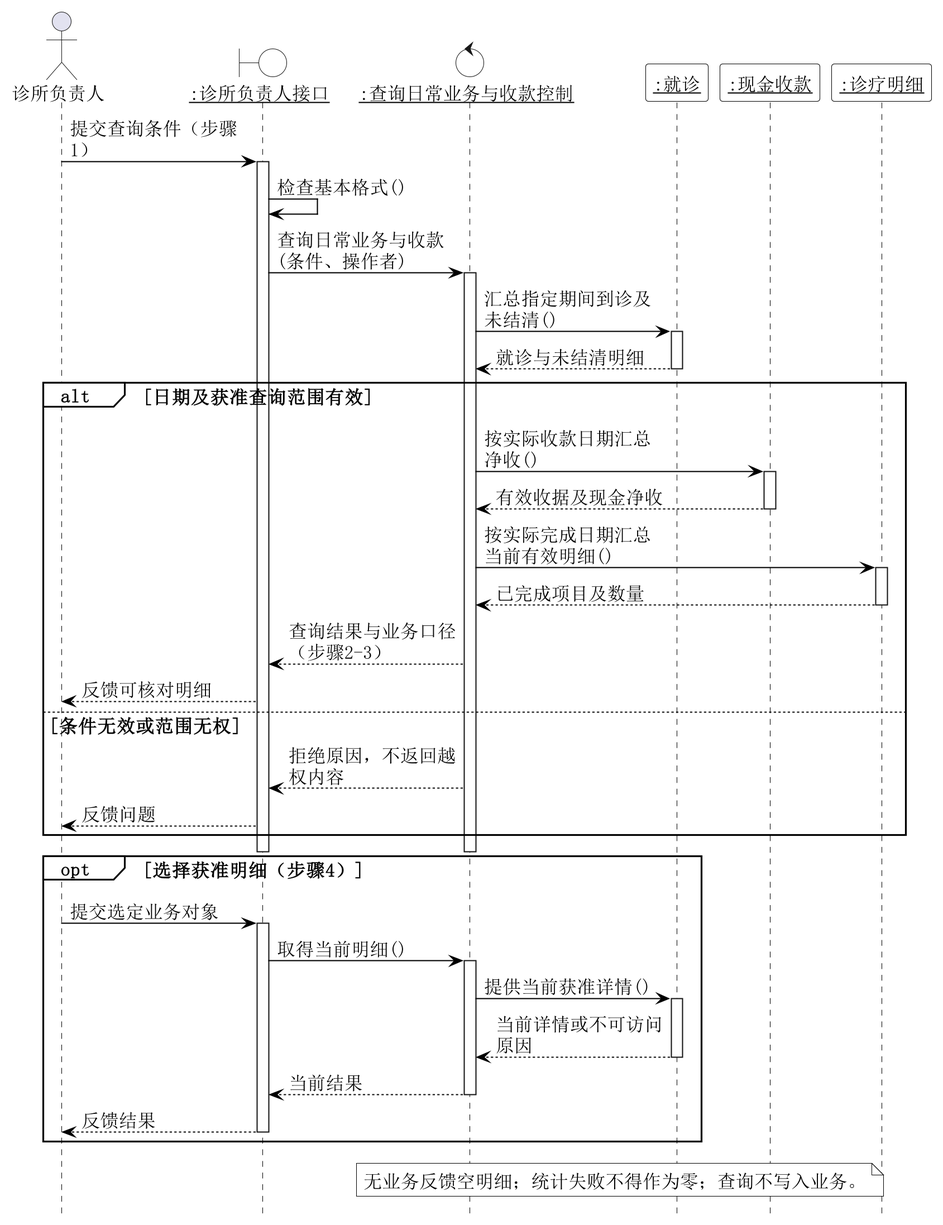
Before: 01-需求文档/diagrams/13-19-alt-analysis-sequence.png, a diagram exported from PlantUML (Shawmc-creator/systemAnalyseAndDesign). Source of this version:
```plantuml
@startuml
hide footbox
skinparam backgroundColor white
skinparam shadowing false
skinparam defaultFontName SimSun
skinparam defaultFontSize 16
skinparam dpi 200
skinparam maxMessageSize 150
skinparam sequence {
 ArrowColor black
 ArrowFontSize 16
 LifeLineBorderColor black
 LifeLineBackgroundColor white
 ParticipantBorderColor black
 ParticipantBackgroundColor white
 GroupBorderColor black
 GroupBackgroundColor white
 ParticipantFontSize 16
}
skinparam NoteBackgroundColor white
skinparam NoteBorderColor black
actor "诊所负责人" as A
boundary "<u>:诊所负责人接口</u>" as B #white
control "<u>:查询日常业务与收款控制</u>" as K #white
participant "<u>:就诊</u>" as E
participant "<u>:现金收款</u>" as E2
participant "<u>:诊疗明细</u>" as E3
A -> B : 提交查询条件（步骤1）
activate B
B -> B : 检查基本格式()
B -> K : 查询日常业务与收款(条件、操作者)
activate K
K -> E : 汇总指定期间到诊及未结清()
activate E
E --> K : 就诊与未结清明细
deactivate E
alt 日期及获准查询范围有效
 K -> E2 : 按实际收款日期汇总净收()
 activate E2
 E2 --> K : 有效收据及现金净收
 deactivate E2
 K -> E3 : 按实际完成日期汇总当前有效明细()
 activate E3
 E3 --> K : 已完成项目及数量
 deactivate E3
 K --> B : 查询结果与业务口径（步骤2-3）
 B --> A : 反馈可核对明细
else 条件无效或范围无权
 K --> B : 拒绝原因，不返回越权内容
 B --> A : 反馈问题
end
deactivate K
deactivate B
opt 选择获准明细（步骤4）
 A -> B : 提交选定业务对象
 activate B
 B -> K : 取得当前明细()
 activate K
 K -> E : 提供当前获准详情()
 activate E
 E --> K : 当前详情或不可访问原因
 deactivate E
 K --> B : 当前结果
 deactivate K
 B --> A : 反馈结果
 deactivate B
end
note over K,E2 : 无业务反馈空明细；统计失败不得作为零；查询不写入业务。

@enduml
```
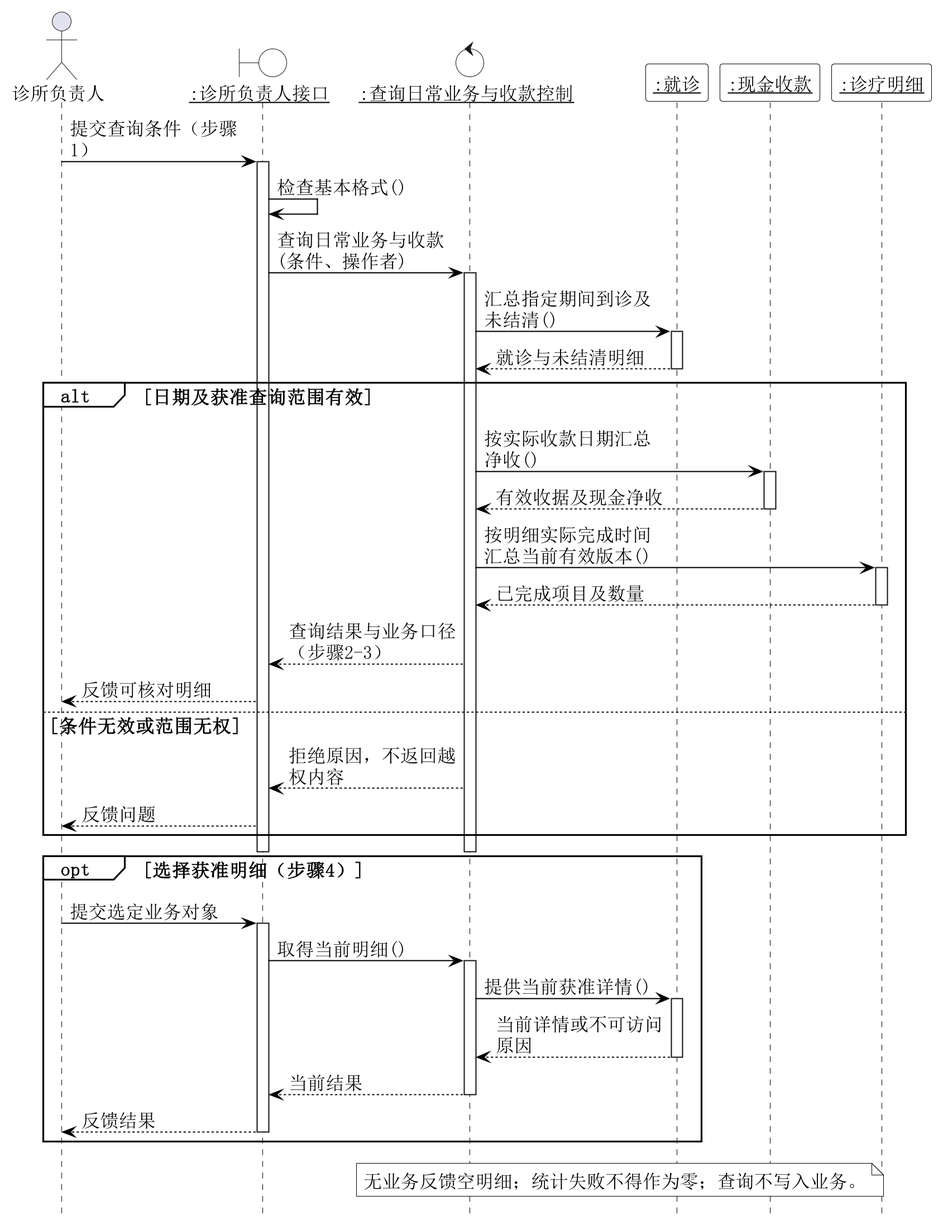
Above is the later version.

The edit, as a diff of the source:
```diff
@@ -39,7 +39,7 @@
  activate E2
  E2 --> K : 有效收据及现金净收
  deactivate E2
- K -> E3 : 按实际完成日期汇总当前有效明细()
+ K -> E3 : 按明细实际完成时间汇总当前有效版本()
  activate E3
  E3 --> K : 已完成项目及数量
  deactivate E3
```
